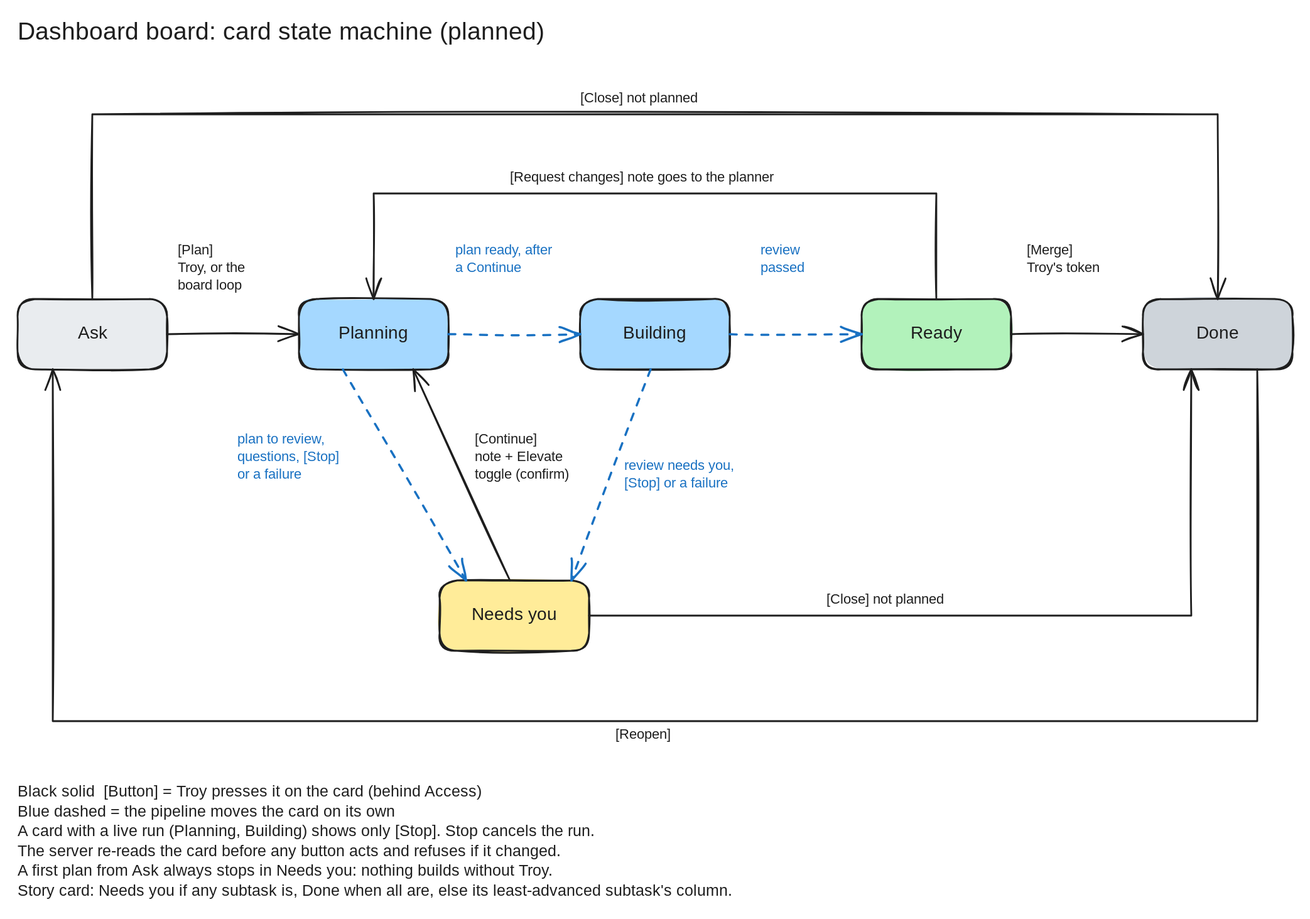
Earlier version of the Excalidraw export docs/board.excalidraw.svg (gingur-root/devkit). Source tidied: one line per element, renumbered; positions are measured from the earlier drawing's top-left corner, leaving out a move shared by most shapes. Source of this version:
```json
{"id": 0, "type": "rectangle", "strokeColor": "#1e1e1e", "backgroundColor": "#e9ecef", "fillStyle": "solid", "strokeWidth": 2, "roughness": 1, "round": true, "x": 0, "y": 320, "width": 170, "height": 80}
{"id": 1, "type": "text", "text": "Ask", "strokeColor": "#1e1e1e", "strokeWidth": 2, "roughness": 1, "fontSize": 20, "fontFamily": 5, "textAlign": "center", "verticalAlign": "middle", "inside": 0, "x": 68, "y": 348, "width": 33, "height": 25}
{"id": 2, "type": "rectangle", "strokeColor": "#1e1e1e", "backgroundColor": "#a5d8ff", "fillStyle": "solid", "strokeWidth": 2, "roughness": 1, "round": true, "x": 320, "y": 320, "width": 170, "height": 80}
{"id": 3, "type": "text", "text": "Planning", "strokeColor": "#1e1e1e", "strokeWidth": 2, "roughness": 1, "fontSize": 20, "fontFamily": 5, "textAlign": "center", "verticalAlign": "middle", "inside": 2, "x": 361, "y": 348, "width": 88, "height": 25}
{"id": 4, "type": "rectangle", "strokeColor": "#1e1e1e", "backgroundColor": "#a5d8ff", "fillStyle": "solid", "strokeWidth": 2, "roughness": 1, "round": true, "x": 640, "y": 320, "width": 170, "height": 80}
{"id": 5, "type": "text", "text": "Building", "strokeColor": "#1e1e1e", "strokeWidth": 2, "roughness": 1, "fontSize": 20, "fontFamily": 5, "textAlign": "center", "verticalAlign": "middle", "inside": 4, "x": 681, "y": 348, "width": 88, "height": 25}
{"id": 6, "type": "rectangle", "strokeColor": "#1e1e1e", "backgroundColor": "#b2f2bb", "fillStyle": "solid", "strokeWidth": 2, "roughness": 1, "round": true, "x": 960, "y": 320, "width": 170, "height": 80}
{"id": 7, "type": "text", "text": "Ready", "strokeColor": "#1e1e1e", "strokeWidth": 2, "roughness": 1, "fontSize": 20, "fontFamily": 5, "textAlign": "center", "verticalAlign": "middle", "inside": 6, "x": 1018, "y": 348, "width": 55, "height": 25}
{"id": 8, "type": "rectangle", "strokeColor": "#1e1e1e", "backgroundColor": "#ced4da", "fillStyle": "solid", "strokeWidth": 2, "roughness": 1, "round": true, "x": 1280, "y": 320, "width": 170, "height": 80}
{"id": 9, "type": "text", "text": "Done", "strokeColor": "#1e1e1e", "strokeWidth": 2, "roughness": 1, "fontSize": 20, "fontFamily": 5, "textAlign": "center", "verticalAlign": "middle", "inside": 8, "x": 1343, "y": 348, "width": 44, "height": 25}
{"id": 10, "type": "rectangle", "strokeColor": "#1e1e1e", "backgroundColor": "#ffec99", "fillStyle": "solid", "strokeWidth": 2, "roughness": 1, "round": true, "x": 480, "y": 640, "width": 170, "height": 80}
{"id": 11, "type": "text", "text": "Needs you", "strokeColor": "#1e1e1e", "strokeWidth": 2, "roughness": 1, "fontSize": 20, "fontFamily": 5, "textAlign": "center", "verticalAlign": "middle", "inside": 10, "x": 516, "y": 668, "width": 99, "height": 25}
{"id": 12, "type": "arrow", "strokeColor": "#1e1e1e", "strokeWidth": 2, "roughness": 1, "endArrowhead": "arrow", "from": 0, "to": 2, "x": 170, "y": 360, "width": 150, "height": 0, "points": [[0, 0], [150, 0]]}
{"id": 13, "type": "text", "text": "[Plan]\nTroy, or the\nboard loop", "strokeColor": "#1e1e1e", "strokeWidth": 2, "roughness": 1, "fontSize": 16, "fontFamily": 5, "x": 182, "y": 255, "width": 106, "height": 60}
{"id": 14, "type": "arrow", "strokeColor": "#1971c2", "strokeWidth": 2, "strokeStyle": "dashed", "roughness": 1, "endArrowhead": "arrow", "from": 2, "to": 4, "x": 490, "y": 360, "width": 150, "height": 0, "points": [[0, 0], [150, 0]]}
{"id": 15, "type": "text", "text": "plan ready, after\na Continue", "strokeColor": "#1971c2", "strokeWidth": 2, "roughness": 1, "fontSize": 16, "fontFamily": 5, "x": 498, "y": 255, "width": 150, "height": 40}
{"id": 16, "type": "arrow", "strokeColor": "#1971c2", "strokeWidth": 2, "strokeStyle": "dashed", "roughness": 1, "endArrowhead": "arrow", "from": 4, "to": 6, "x": 810, "y": 360, "width": 150, "height": 0, "points": [[0, 0], [150, 0]]}
{"id": 17, "type": "text", "text": "review\npassed", "strokeColor": "#1971c2", "strokeWidth": 2, "roughness": 1, "fontSize": 16, "fontFamily": 5, "x": 845, "y": 255, "width": 53, "height": 40}
{"id": 18, "type": "arrow", "strokeColor": "#1e1e1e", "strokeWidth": 2, "roughness": 1, "endArrowhead": "arrow", "from": 6, "to": 8, "x": 1130, "y": 360, "width": 150, "height": 0, "points": [[0, 0], [150, 0]]}
{"id": 19, "type": "text", "text": "[Merge]\nTroy's token", "strokeColor": "#1e1e1e", "strokeWidth": 2, "roughness": 1, "fontSize": 16, "fontFamily": 5, "x": 1148, "y": 255, "width": 106, "height": 40}
{"id": 20, "type": "arrow", "strokeColor": "#1971c2", "strokeWidth": 2, "strokeStyle": "dashed", "roughness": 1, "endArrowhead": "arrow", "from": 2, "to": 10, "x": 370, "y": 400, "width": 140, "height": 240, "points": [[0, 0], [140, 240]]}
{"id": 21, "type": "text", "text": "plan to review,\nquestions, [Stop]\nor a failure", "strokeColor": "#1971c2", "strokeWidth": 2, "roughness": 1, "fontSize": 16, "fontFamily": 5, "x": 250, "y": 470, "width": 150, "height": 60}
{"id": 22, "type": "arrow", "strokeColor": "#1e1e1e", "strokeWidth": 2, "roughness": 1, "endArrowhead": "arrow", "from": 10, "to": 2, "x": 560, "y": 640, "width": 110, "height": 240, "points": [[0, 0], [-110, -240]]}
{"id": 23, "type": "text", "text": "[Continue]\nnote + Elevate\ntoggle (confirm)", "strokeColor": "#1e1e1e", "strokeWidth": 2, "roughness": 1, "fontSize": 16, "fontFamily": 5, "x": 520, "y": 470, "width": 141, "height": 60}
{"id": 24, "type": "arrow", "strokeColor": "#1971c2", "strokeWidth": 2, "strokeStyle": "dashed", "roughness": 1, "endArrowhead": "arrow", "from": 4, "to": 10, "x": 720, "y": 400, "width": 90, "height": 240, "points": [[0, 0], [-90, 240]]}
{"id": 25, "type": "text", "text": "review needs you,\n[Stop] or a failure", "strokeColor": "#1971c2", "strokeWidth": 2, "roughness": 1, "fontSize": 16, "fontFamily": 5, "x": 690, "y": 500, "width": 167, "height": 40}
{"id": 26, "type": "arrow", "strokeColor": "#1e1e1e", "strokeWidth": 2, "roughness": 1, "endArrowhead": "arrow", "from": 6, "to": 2, "x": 1045, "y": 320, "width": 640, "height": 120, "points": [[0, 0], [0, -120], [-640, -120], [-640, 0]]}
{"id": 27, "type": "text", "text": "[Request changes] note goes to the planner", "strokeColor": "#1e1e1e", "strokeWidth": 2, "roughness": 1, "fontSize": 16, "fontFamily": 5, "x": 560, "y": 172, "width": 370, "height": 20}
{"id": 28, "type": "arrow", "strokeColor": "#1e1e1e", "strokeWidth": 2, "roughness": 1, "endArrowhead": "arrow", "from": 0, "to": 8, "x": 85, "y": 320, "width": 1280, "height": 210, "points": [[0, 0], [0, -210], [1280, -210], [1280, 0]]}
{"id": 29, "type": "text", "text": "[Close] not planned", "strokeColor": "#1e1e1e", "strokeWidth": 2, "roughness": 1, "fontSize": 16, "fontFamily": 5, "x": 640, "y": 82, "width": 167, "height": 20}
{"id": 30, "type": "arrow", "strokeColor": "#1e1e1e", "strokeWidth": 2, "roughness": 1, "endArrowhead": "arrow", "from": 10, "to": 8, "x": 650, "y": 680, "width": 685, "height": 280, "points": [[0, 0], [685, 0], [685, -280]]}
{"id": 31, "type": "text", "text": "[Close] not planned", "strokeColor": "#1e1e1e", "strokeWidth": 2, "roughness": 1, "fontSize": 16, "fontFamily": 5, "x": 920, "y": 652, "width": 167, "height": 20}
{"id": 32, "type": "arrow", "strokeColor": "#1e1e1e", "strokeWidth": 2, "roughness": 1, "endArrowhead": "arrow", "from": 8, "to": 0, "x": 1410, "y": 400, "width": 1370, "height": 400, "points": [[0, 0], [0, 400], [-1370, 400], [-1370, 0]]}
{"id": 33, "type": "text", "text": "[Reopen]", "strokeColor": "#1e1e1e", "strokeWidth": 2, "roughness": 1, "fontSize": 16, "fontFamily": 5, "x": 680, "y": 806, "width": 70, "height": 20}
{"id": 34, "type": "text", "text": "Dashboard board: card state machine (planned)", "strokeColor": "#1e1e1e", "strokeWidth": 2, "roughness": 1, "fontSize": 28, "fontFamily": 5, "x": 0, "y": 0, "width": 693, "height": 35}
{"id": 35, "type": "text", "text": "Black solid  [Button] = Troy presses it on the card (behind Access)\nBlue dashed = the pipeline moves the card on its own\nA card with a live run (Planning, Building) shows only [Stop]. Stop cancels the run.\nThe server re-reads the card before any button acts and refuses if it changed.\nA first plan from Ask always stops in Needs you: nothing builds without Troy.\nStory card: Needs you if any subtask is, Done when all are, else its least-advanced subtask's column.", "strokeColor": "#1e1e1e", "strokeWidth": 2, "roughness": 1, "fontSize": 18, "fontFamily": 5, "x": 0, "y": 870, "width": 1000, "height": 135}
```
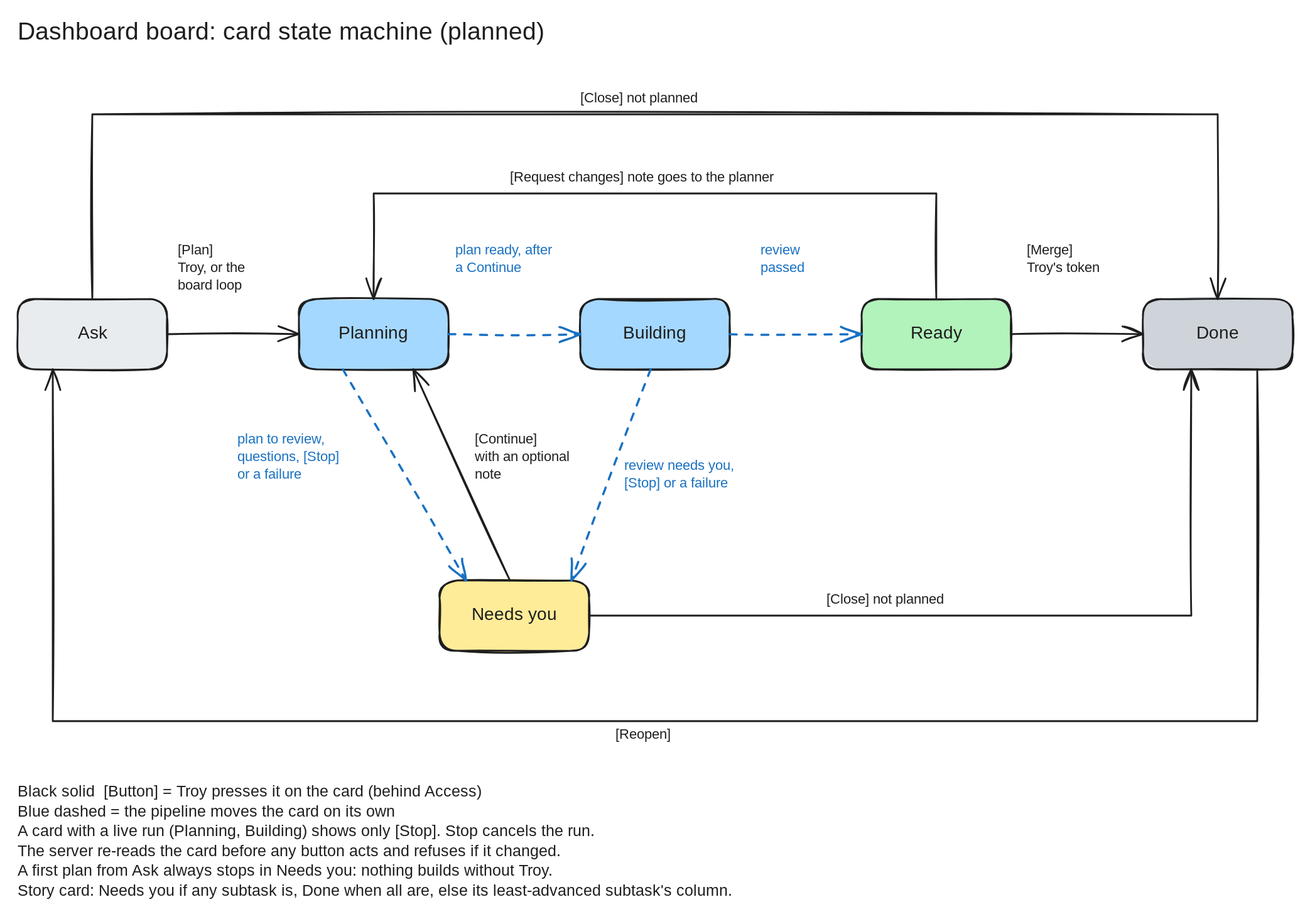
Later version of the same file.

Diff of the diagram source:
```diff
@@ -21,7 +21,7 @@
 {"id": 20, "type": "arrow", "strokeColor": "#1971c2", "strokeWidth": 2, "strokeStyle": "dashed", "roughness": 1, "endArrowhead": "arrow", "from": 2, "to": 10, "x": 370, "y": 400, "width": 140, "height": 240, "points": [[0, 0], [140, 240]]}
 {"id": 21, "type": "text", "text": "plan to review,\nquestions, [Stop]\nor a failure", "strokeColor": "#1971c2", "strokeWidth": 2, "roughness": 1, "fontSize": 16, "fontFamily": 5, "x": 250, "y": 470, "width": 150, "height": 60}
 {"id": 22, "type": "arrow", "strokeColor": "#1e1e1e", "strokeWidth": 2, "roughness": 1, "endArrowhead": "arrow", "from": 10, "to": 2, "x": 560, "y": 640, "width": 110, "height": 240, "points": [[0, 0], [-110, -240]]}
-{"id": 23, "type": "text", "text": "[Continue]\nnote + Elevate\ntoggle (confirm)", "strokeColor": "#1e1e1e", "strokeWidth": 2, "roughness": 1, "fontSize": 16, "fontFamily": 5, "x": 520, "y": 470, "width": 141, "height": 60}
+{"id": 23, "type": "text", "text": "[Continue]\nwith an optional\nnote", "strokeColor": "#1e1e1e", "strokeWidth": 2, "roughness": 1, "fontSize": 16, "fontFamily": 5, "x": 520, "y": 470, "width": 141, "height": 60}
 {"id": 24, "type": "arrow", "strokeColor": "#1971c2", "strokeWidth": 2, "strokeStyle": "dashed", "roughness": 1, "endArrowhead": "arrow", "from": 4, "to": 10, "x": 720, "y": 400, "width": 90, "height": 240, "points": [[0, 0], [-90, 240]]}
 {"id": 25, "type": "text", "text": "review needs you,\n[Stop] or a failure", "strokeColor": "#1971c2", "strokeWidth": 2, "roughness": 1, "fontSize": 16, "fontFamily": 5, "x": 690, "y": 500, "width": 167, "height": 40}
 {"id": 26, "type": "arrow", "strokeColor": "#1e1e1e", "strokeWidth": 2, "roughness": 1, "endArrowhead": "arrow", "from": 6, "to": 2, "x": 1045, "y": 320, "width": 640, "height": 120, "points": [[0, 0], [0, -120], [-640, -120], [-640, 0]]}
```
